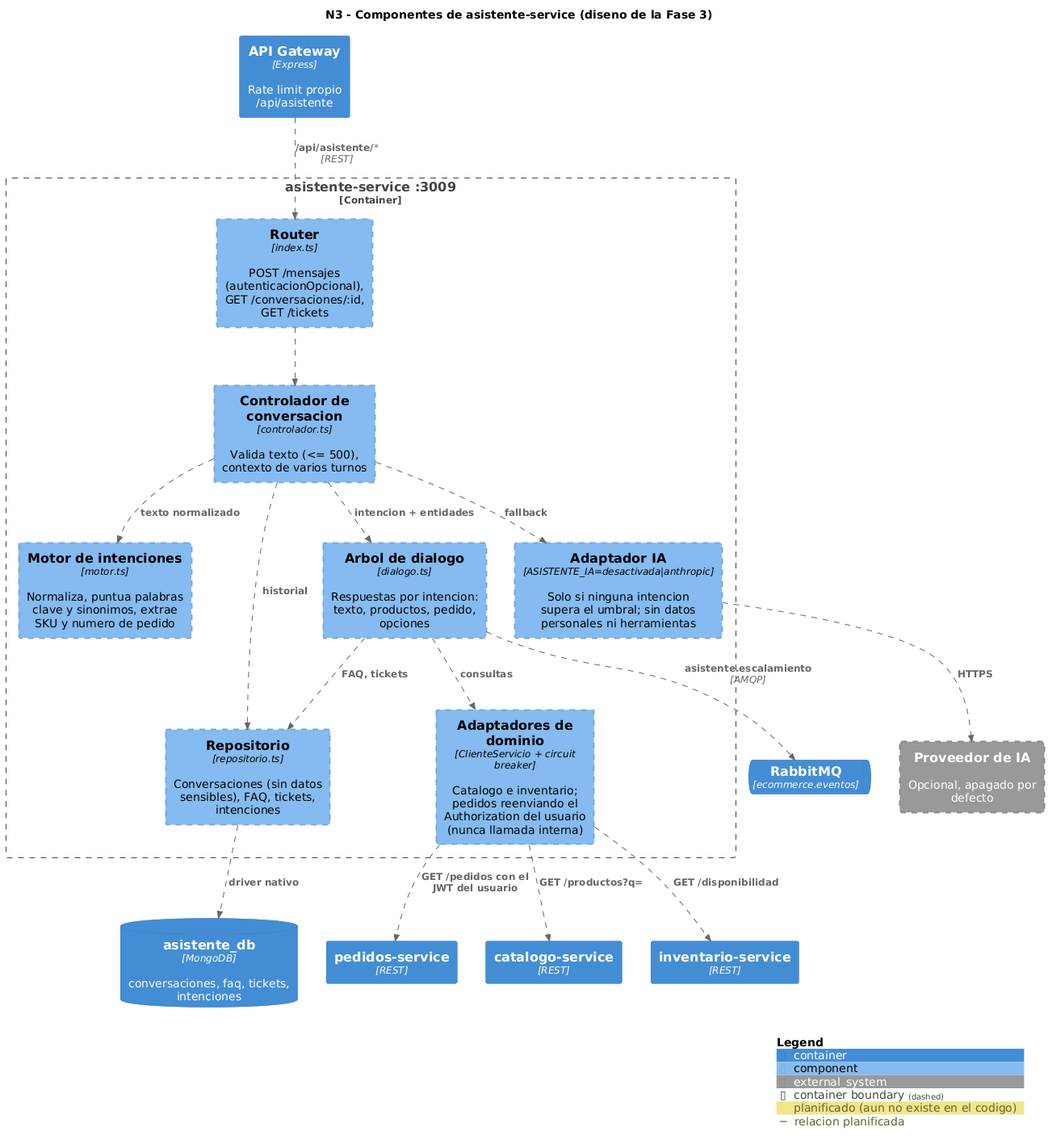
This is docs/c4/png/03-componentes-asistente.png from SerBy48/Proyecto-EIS-II, a PlantUML export, as it was before one commit. Source of this version:
```plantuml
@startuml 03-componentes-asistente
!include lib/C4_Component.puml
!include estilo.puml
title N3 - Componentes de asistente-service (diseno de la Fase 3)

Container(gateway, "API Gateway", "Express", "Rate limit propio /api/asistente")
ContainerDb(mongo, "asistente_db", "MongoDB", "conversaciones, faq, tickets, intenciones")
ContainerQueue(rabbit, "RabbitMQ", "ecommerce.eventos")
Container(catalogo, "catalogo-service", "REST")
Container(inventario, "inventario-service", "REST")
Container(pedidos, "pedidos-service", "REST")
System_Ext(ia, "Proveedor de IA", "Opcional, apagado por defecto", $tags="planificado")

Container_Boundary(asis, "asistente-service :3009", $tags="planificado") {
  Component(router, "Router", "index.ts", "POST /mensajes (autenticacionOpcional), GET /conversaciones/:id, GET /tickets", $tags="planificado")
  Component(ctrl, "Controlador de conversacion", "controlador.ts", "Valida texto (<= 500), contexto de varios turnos", $tags="planificado")
  Component(motor, "Motor de intenciones", "motor.ts", "Normaliza, puntua palabras clave y sinonimos, extrae SKU y numero de pedido", $tags="planificado")
  Component(dialogo, "Arbol de dialogo", "dialogo.ts", "Respuestas por intencion: texto, productos, pedido, opciones", $tags="planificado")
  Component(adapt, "Adaptadores de dominio", "ClienteServicio + circuit breaker", "Catalogo e inventario; pedidos reenviando el Authorization del usuario (nunca llamada interna)", $tags="planificado")
  Component(repo, "Repositorio", "repositorio.ts", "Conversaciones (sin datos sensibles), FAQ, tickets, intenciones", $tags="planificado")
  Component(iaad, "Adaptador IA", "ASISTENTE_IA=desactivada|anthropic", "Solo si ninguna intencion supera el umbral; sin datos personales ni herramientas", $tags="planificado")
}

Rel(gateway, router, "/api/asistente/*", "REST", $tags="planificado")
Rel(router, ctrl, "", $tags="planificado")
Rel(ctrl, motor, "texto normalizado", $tags="planificado")
Rel(ctrl, dialogo, "intencion + entidades", $tags="planificado")
Rel(dialogo, adapt, "consultas", $tags="planificado")
Rel(dialogo, repo, "FAQ, tickets", $tags="planificado")
Rel(ctrl, repo, "historial", $tags="planificado")
Rel(ctrl, iaad, "fallback", $tags="planificado")
Rel(repo, mongo, "driver nativo", $tags="planificado")
Rel(adapt, catalogo, "GET /productos?q=", $tags="planificado")
Rel(adapt, inventario, "GET /disponibilidad", $tags="planificado")
Rel(adapt, pedidos, "GET /pedidos con el JWT del usuario", $tags="planificado")
Rel(dialogo, rabbit, "asistente.escalamiento", "AMQP", $tags="planificado")
Rel(iaad, ia, "HTTPS", $tags="planificado")
SHOW_LEGEND()
@enduml
```
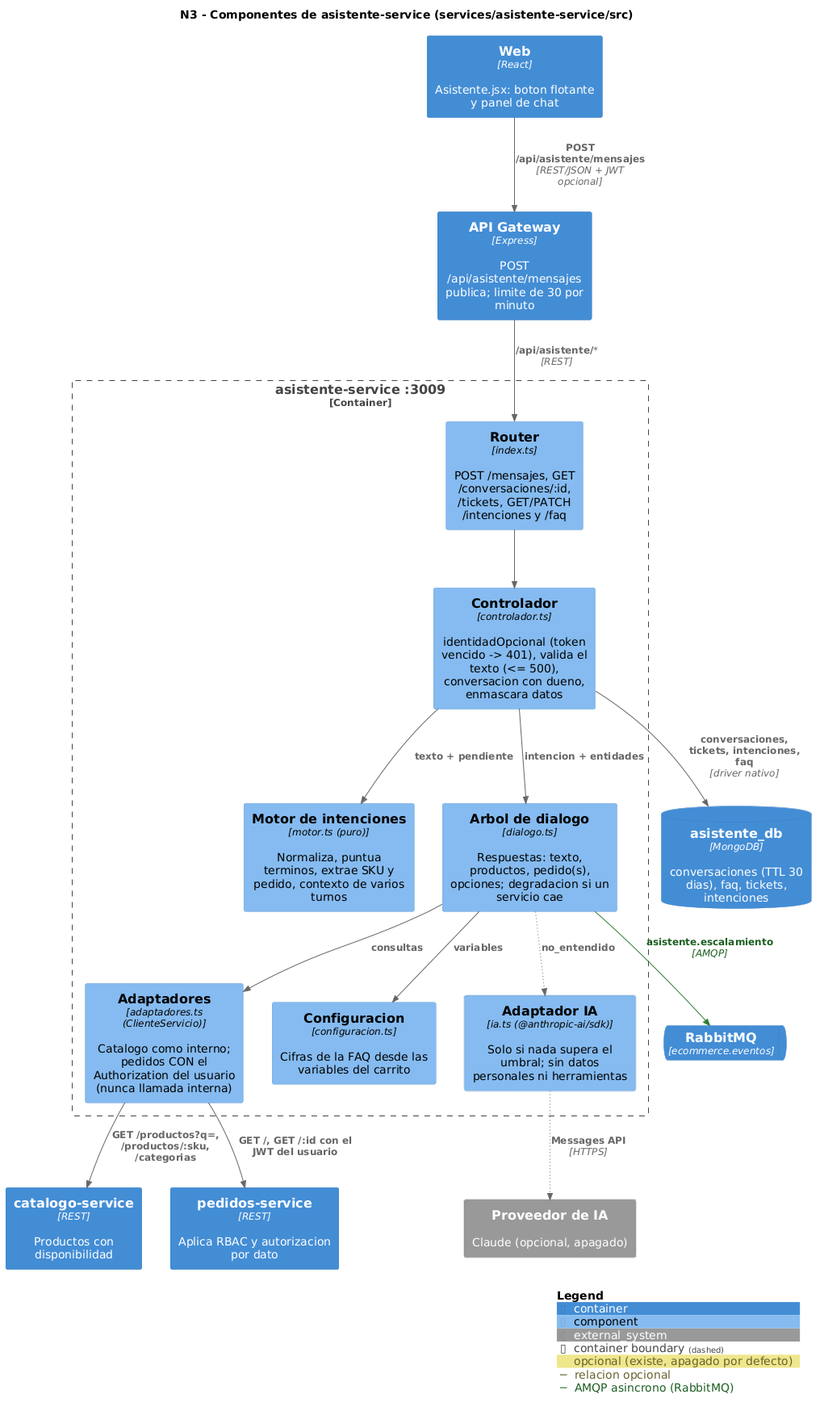
Later version of the same file.

Diff of the diagram source:
```diff
@@ -1,39 +1,38 @@
 @startuml 03-componentes-asistente
 !include lib/C4_Component.puml
 !include estilo.puml
-title N3 - Componentes de asistente-service (diseno de la Fase 3)
+title N3 - Componentes de asistente-service (services/asistente-service/src)
 
-Container(gateway, "API Gateway", "Express", "Rate limit propio /api/asistente")
-ContainerDb(mongo, "asistente_db", "MongoDB", "conversaciones, faq, tickets, intenciones")
+Container(web, "Web", "React", "Asistente.jsx: boton flotante y panel de chat")
+Container(gateway, "API Gateway", "Express", "POST /api/asistente/mensajes publica; limite de 30 por minuto")
+ContainerDb(mongo, "asistente_db", "MongoDB", "conversaciones (TTL 30 dias), faq, tickets, intenciones")
 ContainerQueue(rabbit, "RabbitMQ", "ecommerce.eventos")
-Container(catalogo, "catalogo-service", "REST")
-Container(inventario, "inventario-service", "REST")
-Container(pedidos, "pedidos-service", "REST")
-System_Ext(ia, "Proveedor de IA", "Opcional, apagado por defecto", $tags="planificado")
+Container(catalogo, "catalogo-service", "REST", "Productos con disponibilidad")
+Container(pedidos, "pedidos-service", "REST", "Aplica RBAC y autorizacion por dato")
+System_Ext(ia, "Proveedor de IA", "Claude (opcional, apagado)", $tags="opcional")
 
-Container_Boundary(asis, "asistente-service :3009", $tags="planificado") {
-  Component(router, "Router", "index.ts", "POST /mensajes (autenticacionOpcional), GET /conversaciones/:id, GET /tickets", $tags="planificado")
-  Component(ctrl, "Controlador de conversacion", "controlador.ts", "Valida texto (<= 500), contexto de varios turnos", $tags="planificado")
-  Component(motor, "Motor de intenciones", "motor.ts", "Normaliza, puntua palabras clave y sinonimos, extrae SKU y numero de pedido", $tags="planificado")
-  Component(dialogo, "Arbol de dialogo", "dialogo.ts", "Respuestas por intencion: texto, productos, pedido, opciones", $tags="planificado")
-  Component(adapt, "Adaptadores de dominio", "ClienteServicio + circuit breaker", "Catalogo e inventario; pedidos reenviando el Authorization del usuario (nunca llamada interna)", $tags="planificado")
-  Component(repo, "Repositorio", "repositorio.ts", "Conversaciones (sin datos sensibles), FAQ, tickets, intenciones", $tags="planificado")
-  Component(iaad, "Adaptador IA", "ASISTENTE_IA=desactivada|anthropic", "Solo si ninguna intencion supera el umbral; sin datos personales ni herramientas", $tags="planificado")
+Container_Boundary(asis, "asistente-service :3009") {
+  Component(router, "Router", "index.ts", "POST /mensajes, GET /conversaciones/:id, /tickets, GET/PATCH /intenciones y /faq")
+  Component(ctrl, "Controlador", "controlador.ts", "identidadOpcional (token vencido -> 401), valida el texto (<= 500), conversacion con dueno, enmascara datos")
+  Component(motor, "Motor de intenciones", "motor.ts (puro)", "Normaliza, puntua terminos, extrae SKU y pedido, contexto de varios turnos")
+  Component(dialogo, "Arbol de dialogo", "dialogo.ts", "Respuestas: texto, productos, pedido(s), opciones; degradacion si un servicio cae")
+  Component(adapt, "Adaptadores", "adaptadores.ts (ClienteServicio)", "Catalogo como interno; pedidos CON el Authorization del usuario (nunca llamada interna)")
+  Component(conf, "Configuracion", "configuracion.ts", "Cifras de la FAQ desde las variables del carrito")
+  Component(iaad, "Adaptador IA", "ia.ts (@anthropic-ai/sdk)", "Solo si nada supera el umbral; sin datos personales ni herramientas", $tags="opcional")
 }
 
-Rel(gateway, router, "/api/asistente/*", "REST", $tags="planificado")
-Rel(router, ctrl, "", $tags="planificado")
-Rel(ctrl, motor, "texto normalizado", $tags="planificado")
-Rel(ctrl, dialogo, "intencion + entidades", $tags="planificado")
-Rel(dialogo, adapt, "consultas", $tags="planificado")
-Rel(dialogo, repo, "FAQ, tickets", $tags="planificado")
-Rel(ctrl, repo, "historial", $tags="planificado")
-Rel(ctrl, iaad, "fallback", $tags="planificado")
-Rel(repo, mongo, "driver nativo", $tags="planificado")
-Rel(adapt, catalogo, "GET /productos?q=", $tags="planificado")
-Rel(adapt, inventario, "GET /disponibilidad", $tags="planificado")
-Rel(adapt, pedidos, "GET /pedidos con el JWT del usuario", $tags="planificado")
-Rel(dialogo, rabbit, "asistente.escalamiento", "AMQP", $tags="planificado")
-Rel(iaad, ia, "HTTPS", $tags="planificado")
+Rel(web, gateway, "POST /api/asistente/mensajes", "REST/JSON + JWT opcional")
+Rel(gateway, router, "/api/asistente/*", "REST")
+Rel(router, ctrl, "")
+Rel(ctrl, motor, "texto + pendiente")
+Rel(ctrl, dialogo, "intencion + entidades")
+Rel(dialogo, conf, "variables")
+Rel(dialogo, adapt, "consultas")
+Rel(dialogo, iaad, "no_entendido", $tags="opcional")
+Rel(ctrl, mongo, "conversaciones, tickets, intenciones, faq", "driver nativo")
+Rel(adapt, catalogo, "GET /productos?q=, /productos/:sku, /categorias")
+Rel(adapt, pedidos, "GET /, GET /:id con el JWT del usuario")
+Rel(dialogo, rabbit, "asistente.escalamiento", "AMQP", $tags="asincrono")
+Rel(iaad, ia, "Messages API", "HTTPS", $tags="opcional")
 SHOW_LEGEND()
 @enduml
```
